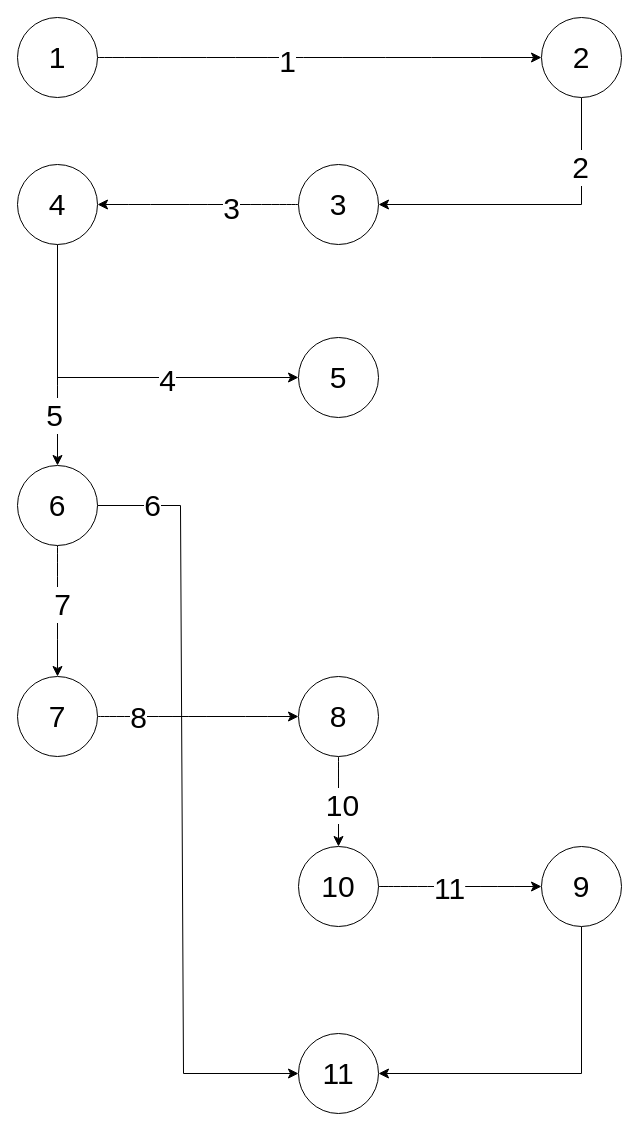
AmirRazer/DrawIoErd keeps this draw.io diagram as page "manage Akun" (5 of 5) of white box.drawio. Above is the earlier version. Source tidied: cells renumbered, new cells numbered last; positions are measured from the earlier drawing's top-left corner, leaving out a move shared by most shapes. Both pictures are drawn from the tidied source at 100%, with x=0, y=0 at pixel (17, 17).
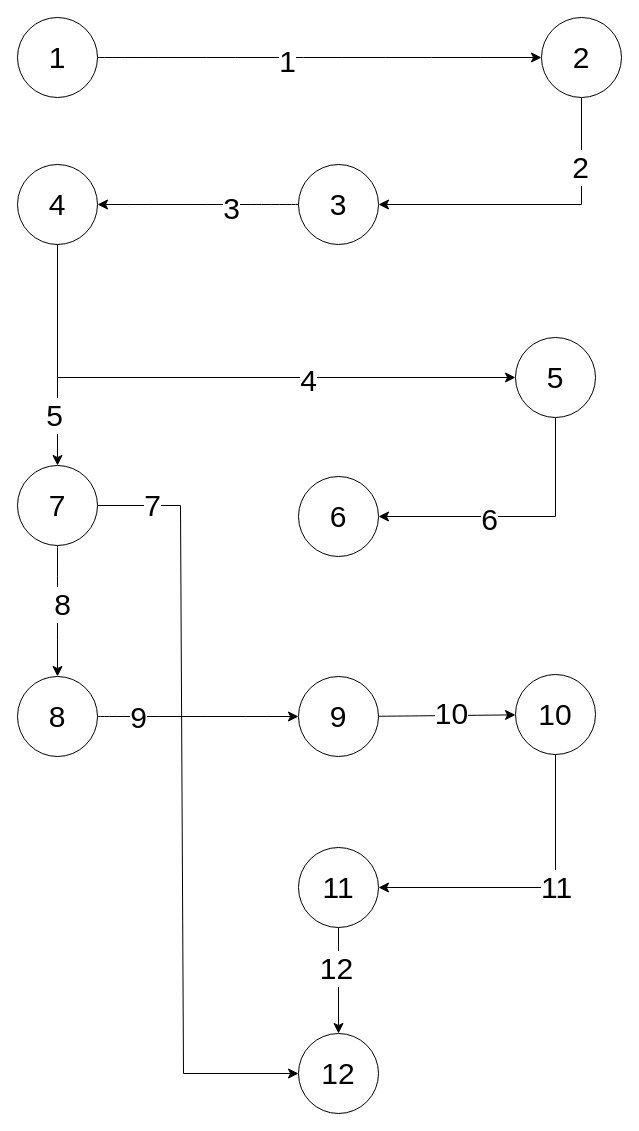
The same diagram, later.

Unchanged cells that the change refers to:
```xml
<mxCell id="17" style="edgeStyle=none;curved=1;rounded=0;jettySize=auto;html=1;fontSize=30;startSize=8;endSize=8;" parent="1" edge="1" source="21" target="24">
  <mxGeometry relative="1" as="geometry" />
</mxCell>
<mxCell id="19" style="edgeStyle=none;curved=0;rounded=0;jettySize=auto;html=1;entryX=0;entryY=0.5;entryDx=0;entryDy=0;fontSize=30;startSize=8;endSize=8;" parent="1" edge="1" source="21" target="31">
  <mxGeometry relative="1" as="geometry">
    <Array as="points">
      <mxPoint x="163" y="488" />
      <mxPoint x="166" y="1056" />
    </Array>
  </mxGeometry>
</mxCell>
<mxCell id="22" style="edgeStyle=none;curved=1;rounded=0;jettySize=auto;html=1;entryX=0;entryY=0.5;entryDx=0;entryDy=0;fontSize=30;startSize=8;endSize=8;" parent="1" edge="1" source="24" target="27">
  <mxGeometry relative="1" as="geometry" />
</mxCell>
```

What changed in the source:
```diff
@@
+    <mxCell id="34" style="edgeStyle=none;curved=0;rounded=0;jettySize=auto;html=1;entryX=1;entryY=0.5;entryDx=0;entryDy=0;fontSize=12;startSize=8;endSize=8;" parent="1" edge="1" source="16" target="37">
+      <mxGeometry relative="1" as="geometry">
+        <Array as="points">
+          <mxPoint x="538" y="499" />
+        </Array>
+      </mxGeometry>
+    </mxCell>
+    <mxCell id="35" value="6" style="edgeLabel;html=1;align=center;verticalAlign=middle;fontSize=30;" parent="34" vertex="1">
+      <mxGeometry x="0.2" y="2" relative="1" as="geometry" />
+    </mxCell>
     <mxCell id="16" value="5" style="ellipse;whiteSpace=wrap;html=1;fontSize=30;" parent="1" vertex="1">
-      <mxGeometry x="281" y="320" width="80" height="80" as="geometry" />
+      <mxGeometry x="498" y="320" width="80" height="80" as="geometry" />
     </mxCell>
@@
-    <mxCell id="18" value="7" style="edgeLabel;html=1;align=center;verticalAlign=middle;fontSize=30;" parent="17" vertex="1">
+    <mxCell id="18" value="8" style="edgeLabel;html=1;align=center;verticalAlign=middle;fontSize=30;" parent="17" vertex="1">
       <mxGeometry x="-0.13" y="4" relative="1" as="geometry">
         <mxPoint y="1" as="offset" />
       </mxGeometry>
     </mxCell>
@@
-    <mxCell id="20" value="6" style="edgeLabel;html=1;align=center;verticalAlign=middle;fontSize=30;" parent="19" vertex="1">
+    <mxCell id="20" value="7" style="edgeLabel;html=1;align=center;verticalAlign=middle;fontSize=30;" parent="19" vertex="1">
       <mxGeometry x="-0.86" y="1" relative="1" as="geometry" />
     </mxCell>
-    <mxCell id="21" value="6" style="ellipse;whiteSpace=wrap;html=1;fontSize=30;" parent="1" vertex="1">
+    <mxCell id="21" value="7" style="ellipse;whiteSpace=wrap;html=1;fontSize=30;" parent="1" vertex="1">
       <mxGeometry y="448" width="80" height="80" as="geometry" />
     </mxCell>
@@
-    <mxCell id="23" value="8" style="edgeLabel;html=1;align=center;verticalAlign=middle;fontSize=30;" parent="22" vertex="1">
+    <mxCell id="23" value="9" style="edgeLabel;html=1;align=center;verticalAlign=middle;fontSize=30;" parent="22" vertex="1">
       <mxGeometry x="-0.6" relative="1" as="geometry" />
     </mxCell>
-    <mxCell id="24" value="7" style="ellipse;whiteSpace=wrap;html=1;fontSize=30;" parent="1" vertex="1">
+    <mxCell id="24" value="8" style="ellipse;whiteSpace=wrap;html=1;fontSize=30;" parent="1" vertex="1">
       <mxGeometry y="659" width="80" height="80" as="geometry" />
     </mxCell>
@@
-    <mxCell id="27" value="8" style="ellipse;whiteSpace=wrap;html=1;fontSize=30;" parent="1" vertex="1">
+    <mxCell id="27" value="9" style="ellipse;whiteSpace=wrap;html=1;fontSize=30;" parent="1" vertex="1">
       <mxGeometry x="281" y="659" width="80" height="80" as="geometry" />
     </mxCell>
-    <mxCell id="28" style="edgeStyle=none;curved=1;rounded=0;jettySize=auto;html=1;fontSize=30;startSize=8;endSize=8;entryX=0;entryY=0.5;entryDx=0;entryDy=0;" parent="1" edge="1" source="30" target="33">
-      <mxGeometry relative="1" as="geometry" />
+    <mxCell id="28" style="edgeStyle=none;curved=0;rounded=0;jettySize=auto;html=1;fontSize=30;startSize=8;endSize=8;entryX=1;entryY=0.5;entryDx=0;entryDy=0;" parent="1" edge="1" source="30" target="33">
+      <mxGeometry relative="1" as="geometry">
+        <Array as="points">
+          <mxPoint x="538" y="870" />
+        </Array>
+      </mxGeometry>
     </mxCell>
@@
     <mxCell id="30" value="10" style="ellipse;whiteSpace=wrap;html=1;fontSize=30;" parent="1" vertex="1">
-      <mxGeometry x="281" y="829" width="80" height="80" as="geometry" />
+      <mxGeometry x="498" y="657" width="80" height="80" as="geometry" />
     </mxCell>
-    <mxCell id="31" value="11" style="ellipse;whiteSpace=wrap;html=1;fontSize=30;" parent="1" vertex="1">
+    <mxCell id="31" value="12" style="ellipse;whiteSpace=wrap;html=1;fontSize=30;" parent="1" vertex="1">
       <mxGeometry x="281" y="1016" width="80" height="80" as="geometry" />
     </mxCell>
-    <mxCell id="32" style="edgeStyle=none;curved=0;rounded=0;jettySize=auto;html=1;entryX=1;entryY=0.5;entryDx=0;entryDy=0;fontSize=12;startSize=8;endSize=8;" parent="1" edge="1" source="33" target="31">
-      <mxGeometry relative="1" as="geometry">
-        <Array as="points">
-          <mxPoint x="564" y="1056" />
-        </Array>
-      </mxGeometry>
+    <mxCell id="32" style="edgeStyle=none;curved=0;rounded=0;jettySize=auto;html=1;entryX=0.5;entryY=0;entryDx=0;entryDy=0;fontSize=12;startSize=8;endSize=8;exitX=0.5;exitY=1;exitDx=0;exitDy=0;" parent="1" edge="1" source="33" target="31">
+      <mxGeometry relative="1" as="geometry" />
     </mxCell>
+    <mxCell id="36" value="12" style="edgeLabel;html=1;align=center;verticalAlign=middle;fontSize=30;" parent="32" vertex="1">
+      <mxGeometry x="-0.25" y="-3" relative="1" as="geometry" />
+    </mxCell>
-    <mxCell id="33" value="9" style="ellipse;whiteSpace=wrap;html=1;fontSize=30;" parent="1" vertex="1">
-      <mxGeometry x="524" y="829" width="80" height="80" as="geometry" />
+    <mxCell id="33" value="11" style="ellipse;whiteSpace=wrap;html=1;fontSize=30;" parent="1" vertex="1">
+      <mxGeometry x="281" y="830" width="80" height="80" as="geometry" />
     </mxCell>
+    <mxCell id="37" value="6" style="ellipse;whiteSpace=wrap;html=1;fontSize=30;" parent="1" vertex="1">
+      <mxGeometry x="281" y="459" width="80" height="80" as="geometry" />
+    </mxCell>
```
